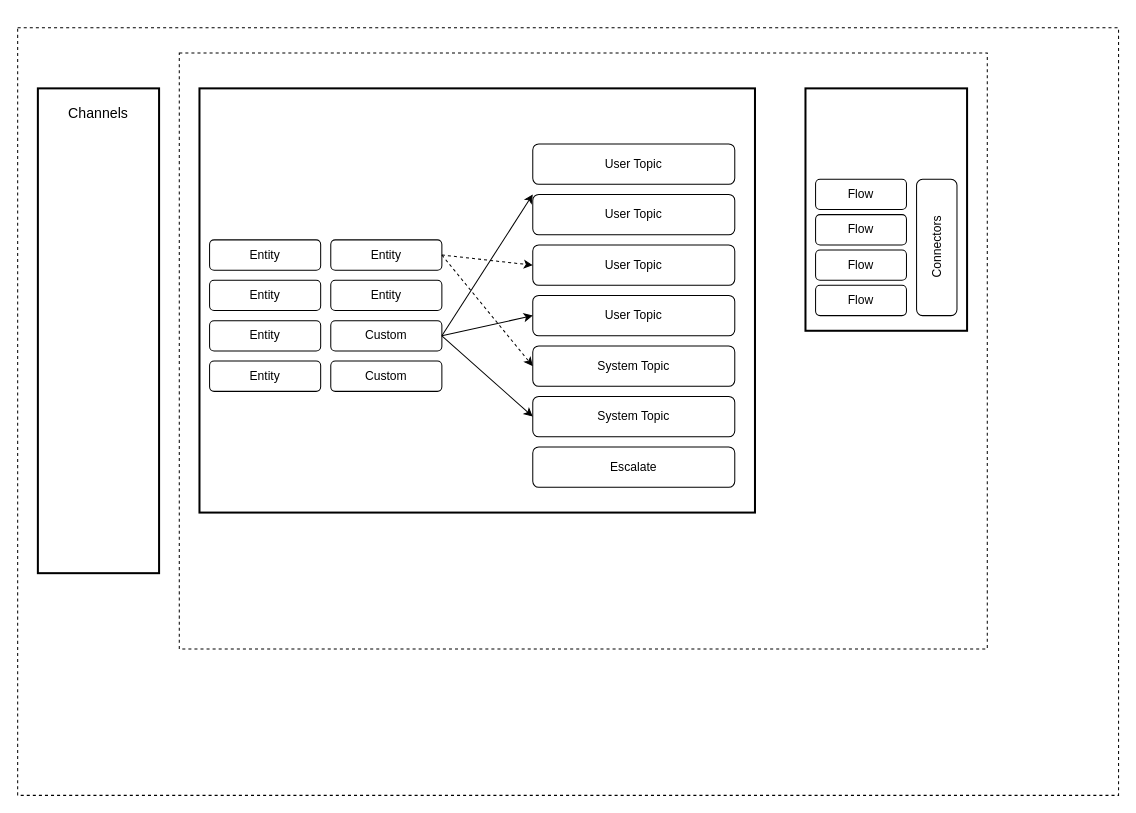
Before: Untitled Diagram.drawio in Josh-Hin/diagrams, a draw.io diagram. Source tidied: cells renumbered, new cells numbered last; positions are measured from the earlier drawing's top-left corner, leaving out a move shared by most shapes. Both pictures are drawn from the tidied source at 101%, with x=0, y=0 at pixel (17, 27). Pictures stored in the file or linked from it are replaced by grey dashed boxes.
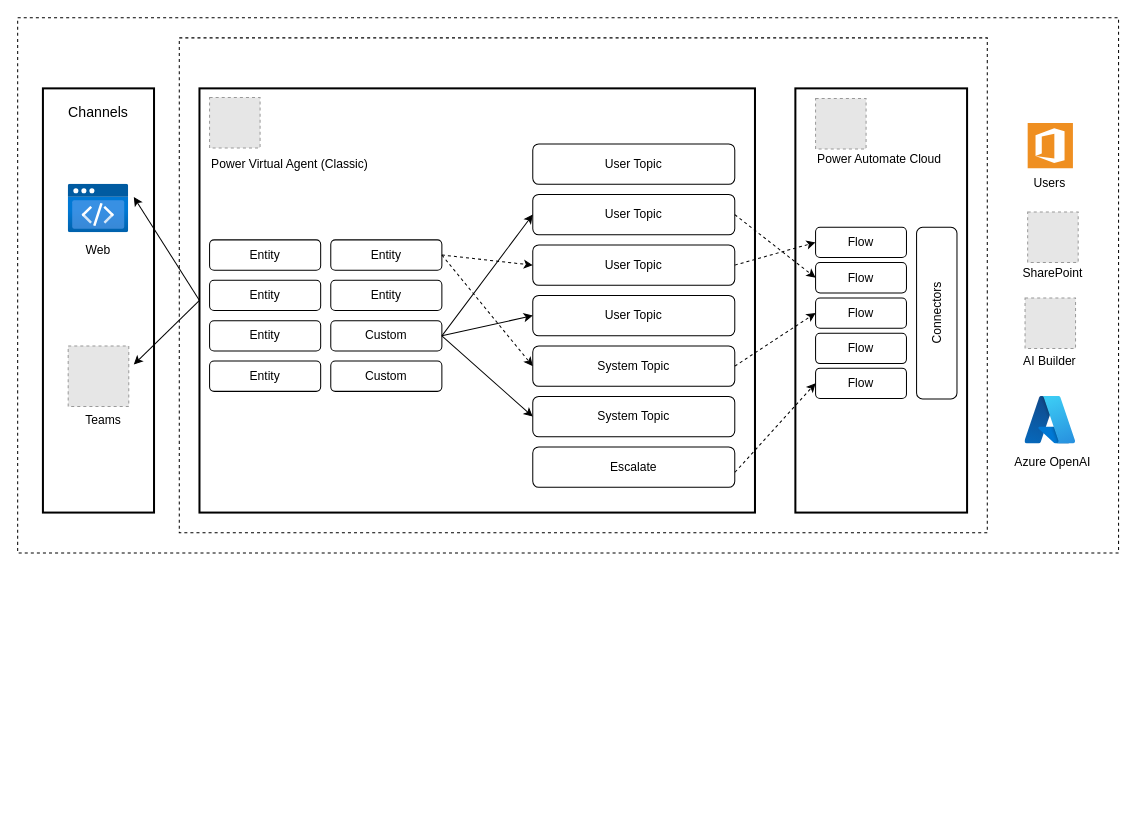
Above is the later version.

The change refers to these unchanged cells:
```xml
<mxCell id="5" style="rounded=0;whiteSpace=wrap;html=1;strokeColor=default;align=center;verticalAlign=middle;fontFamily=Helvetica;fontSize=12;fontColor=default;fillColor=default;gradientColor=none;strokeWidth=2;" parent="1" vertex="1">
  <mxGeometry x="180" y="60" width="550" height="420" as="geometry" />
</mxCell>
<mxCell id="10" value="Custom" style="rounded=1;whiteSpace=wrap;html=1;strokeColor=default;align=center;verticalAlign=middle;fontFamily=Helvetica;fontSize=12;fontColor=default;fillColor=default;gradientColor=none;" parent="1" vertex="1">
  <mxGeometry x="310" y="290" width="110" height="30" as="geometry" />
</mxCell>
<mxCell id="17" value="User Topic" style="rounded=1;whiteSpace=wrap;html=1;strokeColor=default;align=center;verticalAlign=middle;fontFamily=Helvetica;fontSize=12;fontColor=default;fillColor=default;gradientColor=none;" parent="1" vertex="1">
  <mxGeometry x="510" y="215" width="200" height="40" as="geometry" />
</mxCell>
<mxCell id="18" value="User Topic" style="rounded=1;whiteSpace=wrap;html=1;strokeColor=default;align=center;verticalAlign=middle;fontFamily=Helvetica;fontSize=12;fontColor=default;fillColor=default;gradientColor=none;" parent="1" vertex="1">
  <mxGeometry x="510" y="165" width="200" height="40" as="geometry" />
</mxCell>
<mxCell id="19" value="System Topic" style="rounded=1;whiteSpace=wrap;html=1;strokeColor=default;align=center;verticalAlign=middle;fontFamily=Helvetica;fontSize=12;fontColor=default;fillColor=default;gradientColor=none;" parent="1" vertex="1">
  <mxGeometry x="510" y="315" width="200" height="40" as="geometry" />
</mxCell>
```

Diff of the diagram source:
```diff
@@
     <mxCell id="2" style="rounded=0;whiteSpace=wrap;html=1;dashed=1;strokeColor=default;align=center;verticalAlign=middle;fontFamily=Helvetica;fontSize=12;fontColor=default;fillColor=default;gradientColor=none;" parent="1" vertex="1">
-      <mxGeometry width="1090" height="760" as="geometry" />
+      <mxGeometry y="-10" width="1090" height="530" as="geometry" />
     </mxCell>
     <mxCell id="3" style="rounded=0;whiteSpace=wrap;html=1;strokeColor=default;align=center;verticalAlign=middle;fontFamily=Helvetica;fontSize=12;fontColor=default;fillColor=default;gradientColor=none;strokeWidth=2;" parent="1" vertex="1">
-      <mxGeometry x="20" y="60" width="120" height="480" as="geometry" />
+      <mxGeometry x="25" y="60" width="110" height="420" as="geometry" />
     </mxCell>
     <mxCell id="4" style="rounded=0;whiteSpace=wrap;html=1;dashed=1;strokeColor=default;align=center;verticalAlign=middle;fontFamily=Helvetica;fontSize=12;fontColor=default;fillColor=default;gradientColor=none;" parent="1" vertex="1">
-      <mxGeometry x="160" y="25" width="800" height="590" as="geometry" />
+      <mxGeometry x="160" y="10" width="800" height="490" as="geometry" />
     </mxCell>
@@
     <mxCell id="6" style="rounded=0;whiteSpace=wrap;html=1;strokeColor=default;align=center;verticalAlign=middle;fontFamily=Helvetica;fontSize=12;fontColor=default;fillColor=default;gradientColor=none;strokeWidth=2;" parent="1" vertex="1">
-      <mxGeometry x="780" y="60" width="160" height="240" as="geometry" />
+      <mxGeometry x="770" y="60" width="170" height="420" as="geometry" />
     </mxCell>
@@
-    <mxCell id="22" style="endArrow=classic;html=1;rounded=0;fontFamily=Helvetica;fontSize=12;fontColor=default;entryX=0.6;entryY=0.25;entryDx=0;entryDy=0;entryPerimeter=0;exitX=1;exitY=0.5;exitDx=0;exitDy=0;" parent="1" edge="1" source="10" target="5">
+    <mxCell id="22" style="endArrow=classic;html=1;rounded=0;fontFamily=Helvetica;fontSize=12;fontColor=default;entryX=0;entryY=0.5;entryDx=0;entryDy=0;exitX=1;exitY=0.5;exitDx=0;exitDy=0;" parent="1" edge="1" source="10" target="18">
       <mxGeometry relative="1" as="geometry" />
     </mxCell>
@@
     <mxCell id="27" value="Channels" style="text;html=1;strokeColor=none;fillColor=none;align=center;verticalAlign=middle;whiteSpace=wrap;rounded=0;fontSize=14;" parent="1" vertex="1">
-      <mxGeometry x="45" y="70" width="70" height="30" as="geometry" />
+      <mxGeometry x="30" y="69" width="100" height="30" as="geometry" />
     </mxCell>
     <mxCell id="28" value="Flow" style="rounded=1;whiteSpace=wrap;html=1;strokeColor=default;align=center;verticalAlign=middle;fontFamily=Helvetica;fontSize=12;fontColor=default;fillColor=default;gradientColor=none;" parent="1" vertex="1">
-      <mxGeometry x="790" y="150" width="90" height="30" as="geometry" />
+      <mxGeometry x="790" y="197.5" width="90" height="30" as="geometry" />
     </mxCell>
     <mxCell id="29" value="Connectors" style="rounded=1;whiteSpace=wrap;html=1;strokeColor=default;align=center;verticalAlign=middle;fontFamily=Helvetica;fontSize=12;fontColor=default;fillColor=default;gradientColor=none;direction=south;horizontal=0;" parent="1" vertex="1">
-      <mxGeometry x="890" y="150" width="40" height="135" as="geometry" />
+      <mxGeometry x="890" y="197.5" width="40" height="170" as="geometry" />
     </mxCell>
     <mxCell id="30" value="Flow" style="rounded=1;whiteSpace=wrap;html=1;strokeColor=default;align=center;verticalAlign=middle;fontFamily=Helvetica;fontSize=12;fontColor=default;fillColor=default;gradientColor=none;" parent="1" vertex="1">
-      <mxGeometry x="790" y="185" width="90" height="30" as="geometry" />
+      <mxGeometry x="790" y="232.5" width="90" height="30" as="geometry" />
     </mxCell>
     <mxCell id="31" value="Flow" style="rounded=1;whiteSpace=wrap;html=1;strokeColor=default;align=center;verticalAlign=middle;fontFamily=Helvetica;fontSize=12;fontColor=default;fillColor=default;gradientColor=none;" parent="1" vertex="1">
-      <mxGeometry x="790" y="220" width="90" height="30" as="geometry" />
+      <mxGeometry x="790" y="267.5" width="90" height="30" as="geometry" />
     </mxCell>
     <mxCell id="32" value="Flow" style="rounded=1;whiteSpace=wrap;html=1;strokeColor=default;align=center;verticalAlign=middle;fontFamily=Helvetica;fontSize=12;fontColor=default;fillColor=default;gradientColor=none;" parent="1" vertex="1">
-      <mxGeometry x="790" y="255" width="90" height="30" as="geometry" />
+      <mxGeometry x="790" y="302.5" width="90" height="30" as="geometry" />
     </mxCell>
+    <mxCell id="33" style="fillColor=#E6E6E6;strokeColor=#999999;dashed=1;html=1;verticalAlign=top;verticalLabelPosition=bottom;labelBackgroundColor=#ffffff;" parent="1" vertex="1">
+      <mxGeometry x="50" y="315" width="60" height="60" as="geometry" />
+    </mxCell>
+    <mxCell id="34" style="image;html=1;align=center;fontSize=12;image=img/lib/azure2/preview/Static_Apps.svg;" parent="1" vertex="1">
+      <mxGeometry x="50" y="155" width="60" height="48" as="geometry" />
+    </mxCell>
+    <mxCell id="35" value="Web" style="text;html=1;strokeColor=none;fillColor=none;align=center;verticalAlign=middle;whiteSpace=wrap;rounded=0;" parent="1" vertex="1">
+      <mxGeometry x="50" y="205" width="60" height="30" as="geometry" />
+    </mxCell>
+    <mxCell id="36" value="Teams" style="text;html=1;strokeColor=none;fillColor=none;align=center;verticalAlign=middle;whiteSpace=wrap;rounded=0;" parent="1" vertex="1">
+      <mxGeometry x="55" y="374" width="60" height="30" as="geometry" />
+    </mxCell>
+    <mxCell id="37" style="endArrow=classic;html=1;rounded=0;fontFamily=Helvetica;fontSize=12;fontColor=default;entryX=0.818;entryY=0.256;entryDx=0;entryDy=0;entryPerimeter=0;" parent="1" edge="1" target="3">
+      <mxGeometry relative="1" as="geometry">
+        <mxPoint x="180" y="270" as="sourcePoint" />
+      </mxGeometry>
+    </mxCell>
+    <mxCell id="38" style="endArrow=classic;html=1;rounded=0;fontFamily=Helvetica;fontSize=12;fontColor=default;entryX=0.818;entryY=0.651;entryDx=0;entryDy=0;entryPerimeter=0;" parent="1" edge="1" target="3">
+      <mxGeometry relative="1" as="geometry">
+        <mxPoint x="180" y="270" as="sourcePoint" />
+      </mxGeometry>
+    </mxCell>
+    <mxCell id="39" style="fillColor=#E6E6E6;strokeColor=#999999;dashed=1;verticalLabelPosition=bottom;verticalAlign=top;" parent="1" vertex="1">
+      <mxGeometry x="790" y="70" width="50" height="50" as="geometry" />
+    </mxCell>
+    <mxCell id="40" style="fillColor=#E6E6E6;strokeColor=#999999;dashed=1;verticalLabelPosition=bottom;verticalAlign=top;" parent="1" vertex="1">
+      <mxGeometry x="190" y="69" width="50" height="50" as="geometry" />
+    </mxCell>
+    <mxCell id="41" value="Power Virtual Agent (Classic)" style="text;html=1;strokeColor=none;fillColor=none;align=left;verticalAlign=middle;whiteSpace=wrap;rounded=0;" parent="1" vertex="1">
+      <mxGeometry x="190" y="120" width="210" height="30" as="geometry" />
+    </mxCell>
+    <mxCell id="42" value="Power Automate Cloud" style="text;html=1;strokeColor=none;fillColor=none;align=left;verticalAlign=middle;whiteSpace=wrap;rounded=0;" parent="1" vertex="1">
+      <mxGeometry x="790" y="120" width="140" height="19" as="geometry" />
+    </mxCell>
+    <mxCell id="43" style="endArrow=classic;html=1;rounded=0;fontFamily=Helvetica;fontSize=12;fontColor=default;exitX=1;exitY=0.5;exitDx=0;exitDy=0;dashed=1;entryX=0;entryY=0.5;entryDx=0;entryDy=0;" parent="1" edge="1" source="18" target="30">
+      <mxGeometry relative="1" as="geometry" />
+    </mxCell>
+    <mxCell id="44" style="endArrow=classic;html=1;rounded=0;fontFamily=Helvetica;fontSize=12;fontColor=default;exitX=1;exitY=0.5;exitDx=0;exitDy=0;dashed=1;entryX=0;entryY=0.5;entryDx=0;entryDy=0;" parent="1" edge="1" source="17" target="28">
+      <mxGeometry relative="1" as="geometry" />
+    </mxCell>
+    <mxCell id="45" style="endArrow=classic;html=1;rounded=0;fontFamily=Helvetica;fontSize=12;fontColor=default;entryX=0;entryY=0.5;entryDx=0;entryDy=0;exitX=1;exitY=0.5;exitDx=0;exitDy=0;dashed=1;" parent="1" edge="1" source="19" target="31">
+      <mxGeometry relative="1" as="geometry" />
+    </mxCell>
+    <mxCell id="46" value="Flow" style="rounded=1;whiteSpace=wrap;html=1;strokeColor=default;align=center;verticalAlign=middle;fontFamily=Helvetica;fontSize=12;fontColor=default;fillColor=default;gradientColor=none;" parent="1" vertex="1">
+      <mxGeometry x="790" y="337" width="90" height="30" as="geometry" />
+    </mxCell>
+    <mxCell id="47" style="endArrow=classic;html=1;rounded=0;fontFamily=Helvetica;fontSize=12;fontColor=default;entryX=0;entryY=0.5;entryDx=0;entryDy=0;dashed=1;exitX=0.964;exitY=0.905;exitDx=0;exitDy=0;exitPerimeter=0;" parent="1" edge="1" source="5" target="46">
+      <mxGeometry relative="1" as="geometry" />
+    </mxCell>
+    <mxCell id="48" style="fillColor=#E6E6E6;strokeColor=#999999;dashed=1;html=1;verticalAlign=top;verticalLabelPosition=bottom;labelBackgroundColor=#ffffff;" parent="1" vertex="1">
+      <mxGeometry x="1000" y="182.5" width="50" height="50" as="geometry" />
+    </mxCell>
+    <mxCell id="49" value="SharePoint" style="text;html=1;strokeColor=none;fillColor=none;align=center;verticalAlign=middle;whiteSpace=wrap;rounded=0;" parent="1" vertex="1">
+      <mxGeometry x="985" y="227.5" width="80" height="30" as="geometry" />
+    </mxCell>
+    <mxCell id="50" style="fillColor=#E6E6E6;strokeColor=#999999;dashed=1;verticalLabelPosition=bottom;verticalAlign=top;" parent="1" vertex="1">
+      <mxGeometry x="997.4" y="267.5" width="50" height="50" as="geometry" />
+    </mxCell>
+    <mxCell id="51" value="AI Builder" style="text;html=1;strokeColor=none;fillColor=none;align=center;verticalAlign=middle;whiteSpace=wrap;rounded=0;" parent="1" vertex="1">
+      <mxGeometry x="982.4" y="315" width="80" height="30" as="geometry" />
+    </mxCell>
+    <mxCell id="52" style="edgeStyle=orthogonalEdgeStyle;rounded=0;orthogonalLoop=1;jettySize=auto;html=1;exitX=0.5;exitY=1;exitDx=0;exitDy=0;" parent="1" edge="1" source="51" target="51">
+      <mxGeometry relative="1" as="geometry" />
+    </mxCell>
+    <mxCell id="53" style="image;html=1;align=center;fontSize=12;image=img/lib/azure2/other/Azure_A.svg;" parent="1" vertex="1">
+      <mxGeometry x="997.4" y="365" width="50" height="47.1" as="geometry" />
+    </mxCell>
+    <mxCell id="54" value="Azure OpenAI" style="text;html=1;strokeColor=none;fillColor=none;align=center;verticalAlign=middle;whiteSpace=wrap;rounded=0;" parent="1" vertex="1">
+      <mxGeometry x="985" y="415" width="80" height="30" as="geometry" />
+    </mxCell>
+    <mxCell id="55" style="shadow=0;dashed=0;html=1;strokeColor=none;fillColor=#EF8F21;labelPosition=center;verticalLabelPosition=bottom;verticalAlign=top;align=center;shape=mxgraph.veeam.ms_office;" parent="1" vertex="1">
+      <mxGeometry x="1000" y="94.2" width="44.8" height="44.8" as="geometry" />
+    </mxCell>
+    <mxCell id="56" value="Users" style="text;html=1;strokeColor=none;fillColor=none;align=center;verticalAlign=middle;whiteSpace=wrap;rounded=0;" parent="1" vertex="1">
+      <mxGeometry x="982.4" y="139" width="80" height="30" as="geometry" />
+    </mxCell>
```
